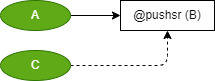
DualsoftDev/ds keeps this draw.io diagram as Language/png/IF5.dio.png. Above is the earlier version. Source tidied: cells renumbered, new cells last; positions are measured from the earlier drawing's top-left corner, leaving out a move shared by most shapes.
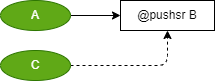
The same diagram one commit later.

The edit, as a diff of the source:
```diff
@@ -11,7 +11,7 @@
     <mxCell id="4" value="C" style="ellipse;whiteSpace=wrap;html=1;fillColor=#60a917;fontColor=#ffffff;strokeColor=#2D7600;" parent="1" vertex="1">
       <mxGeometry y="50" width="70" height="30" as="geometry" />
     </mxCell>
-    <mxCell id="5" value="@pushsr (B)" style="rounded=0;whiteSpace=wrap;html=1;" parent="1" vertex="1">
+    <mxCell id="5" value="@pushsr B" style="rounded=0;whiteSpace=wrap;html=1;" parent="1" vertex="1">
       <mxGeometry x="120" width="94" height="30" as="geometry" />
     </mxCell>
     <mxCell id="6" value="A" style="ellipse;whiteSpace=wrap;html=1;fillColor=#60a917;fontColor=#ffffff;strokeColor=#2D7600;" parent="1" vertex="1">
```
